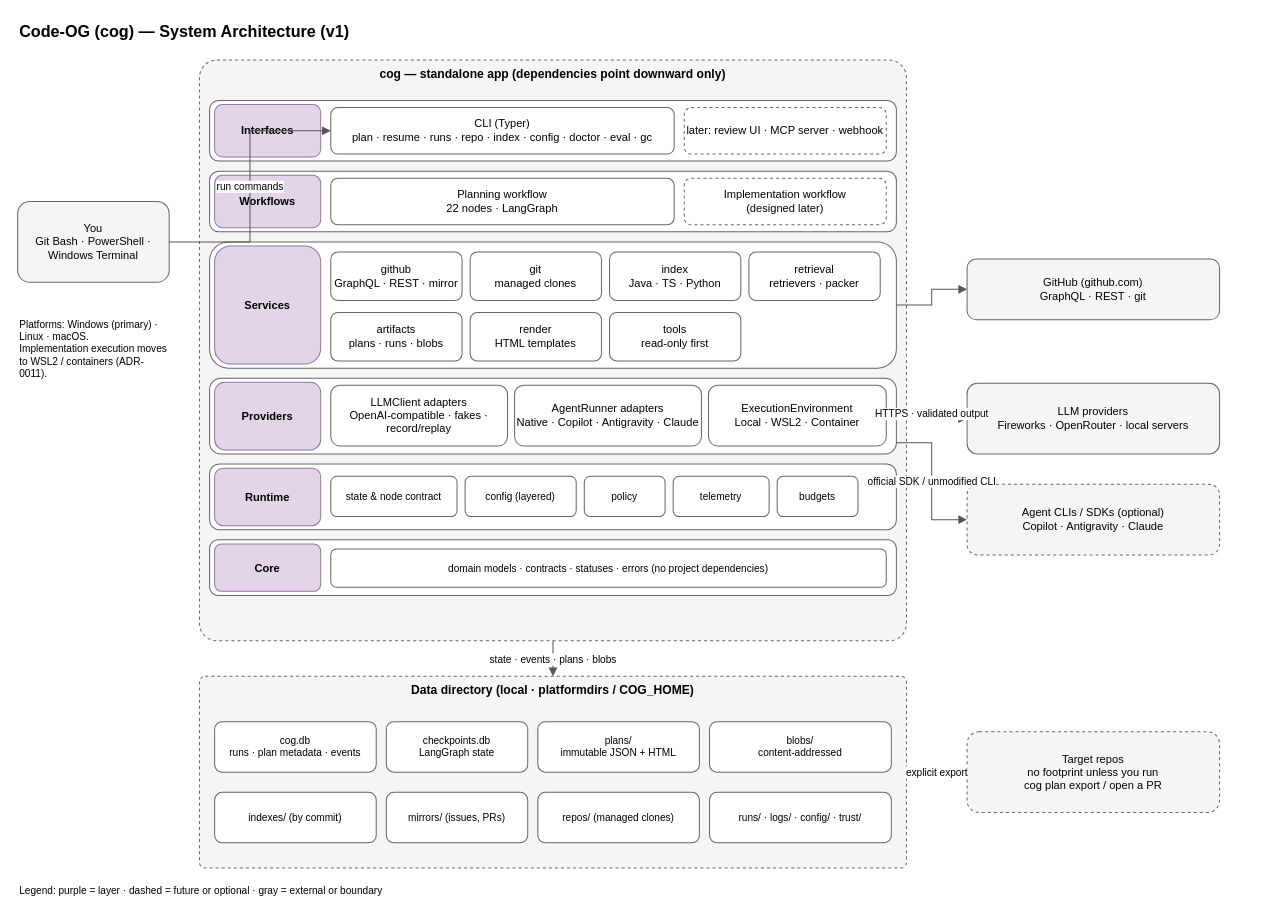
Above: docs/diagrams/architecture.drawio in joellis13/code-on-graph (draw.io), before the change. Source tidied: cells renumbered, new cells numbered last; positions are measured from the earlier drawing's top-left corner, leaving out a move shared by most shapes. Both pictures are drawn from the tidied source at 101%, with x=0, y=0 at pixel (17, 17).
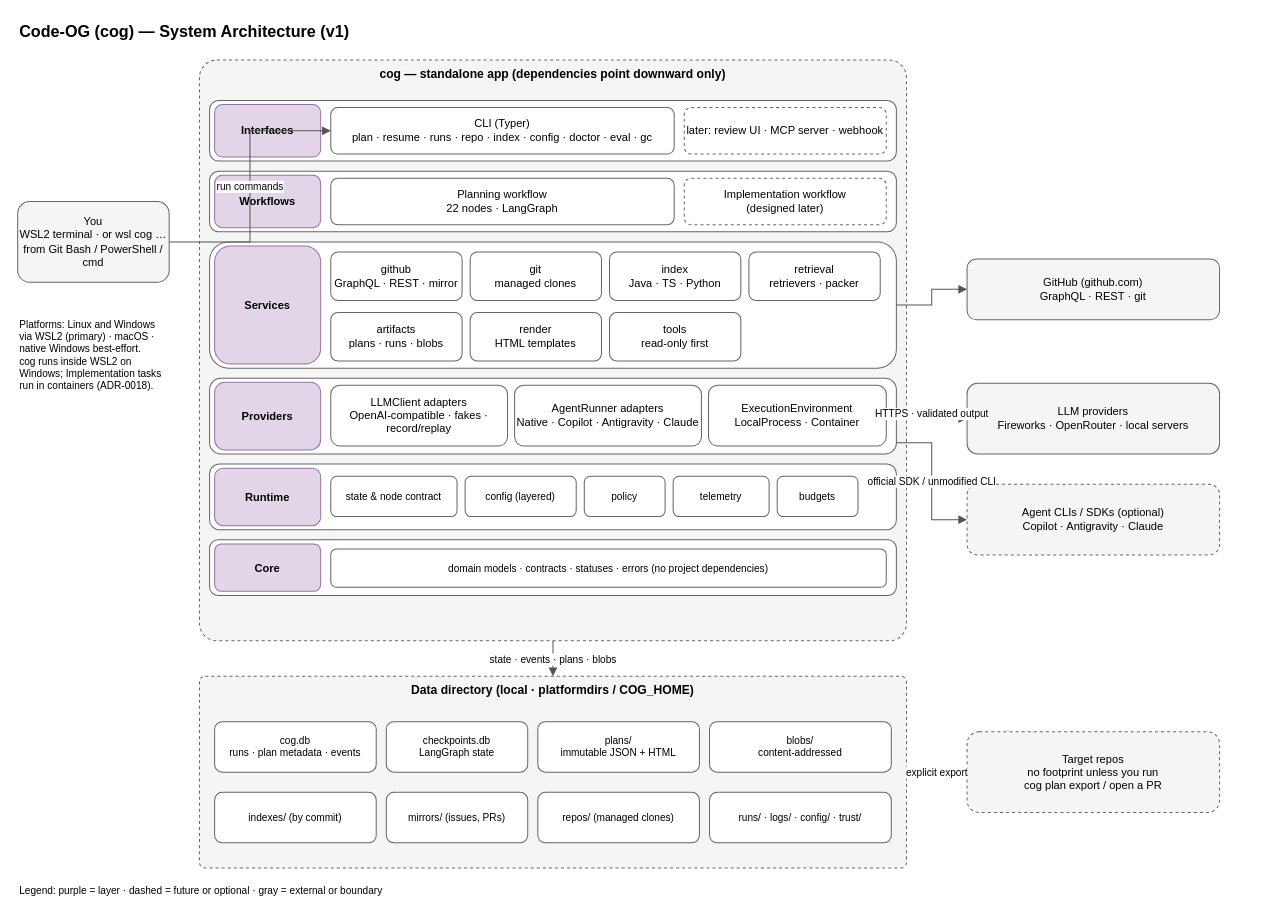
After the change.

Change to the diagram source:
```diff
@@
-    <mxCell id="3" value="You&lt;br&gt;Git Bash · PowerShell · Windows Terminal" style="rounded=1;whiteSpace=wrap;html=1;fillColor=#f5f5f5;strokeColor=#666666;fontSize=11;align=center;verticalAlign=middle;" parent="1" vertex="1">
+    <mxCell id="3" value="You&lt;br&gt;WSL2 terminal · or wsl cog … from Git Bash / PowerShell / cmd" style="rounded=1;whiteSpace=wrap;html=1;fillColor=#f5f5f5;strokeColor=#666666;fontSize=11;align=center;verticalAlign=middle;" parent="1" vertex="1">
       <mxGeometry y="182" width="150" height="80" as="geometry" />
     </mxCell>
-    <mxCell id="4" value="Platforms: Windows (primary) · Linux · macOS.&lt;br&gt;Implementation execution moves to WSL2 / containers (ADR-0011)." style="text;html=1;whiteSpace=wrap;align=left;verticalAlign=top;fontSize=10;" parent="1" vertex="1">
+    <mxCell id="4" value="Platforms: Linux and Windows via WSL2 (primary) · macOS · native Windows best-effort.&lt;br&gt;cog runs inside WSL2 on Windows; Implementation tasks run in containers (ADR-0018)." style="text;html=1;whiteSpace=wrap;align=left;verticalAlign=top;fontSize=10;" parent="1" vertex="1">
       <mxGeometry y="292" width="150" height="120" as="geometry" />
     </mxCell>
@@
-    <mxCell id="27" value="ExecutionEnvironment&lt;br&gt;Local · WSL2 · Container" style="rounded=1;whiteSpace=wrap;html=1;fillColor=#ffffff;strokeColor=#666666;fontSize=11;align=center;verticalAlign=middle;" parent="1" vertex="1">
+    <mxCell id="27" value="ExecutionEnvironment&lt;br&gt;LocalProcess · Container" style="rounded=1;whiteSpace=wrap;html=1;fillColor=#ffffff;strokeColor=#666666;fontSize=11;align=center;verticalAlign=middle;" parent="1" vertex="1">
       <mxGeometry x="684" y="364" width="176" height="60" as="geometry" />
     </mxCell>
```
